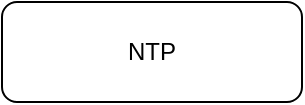
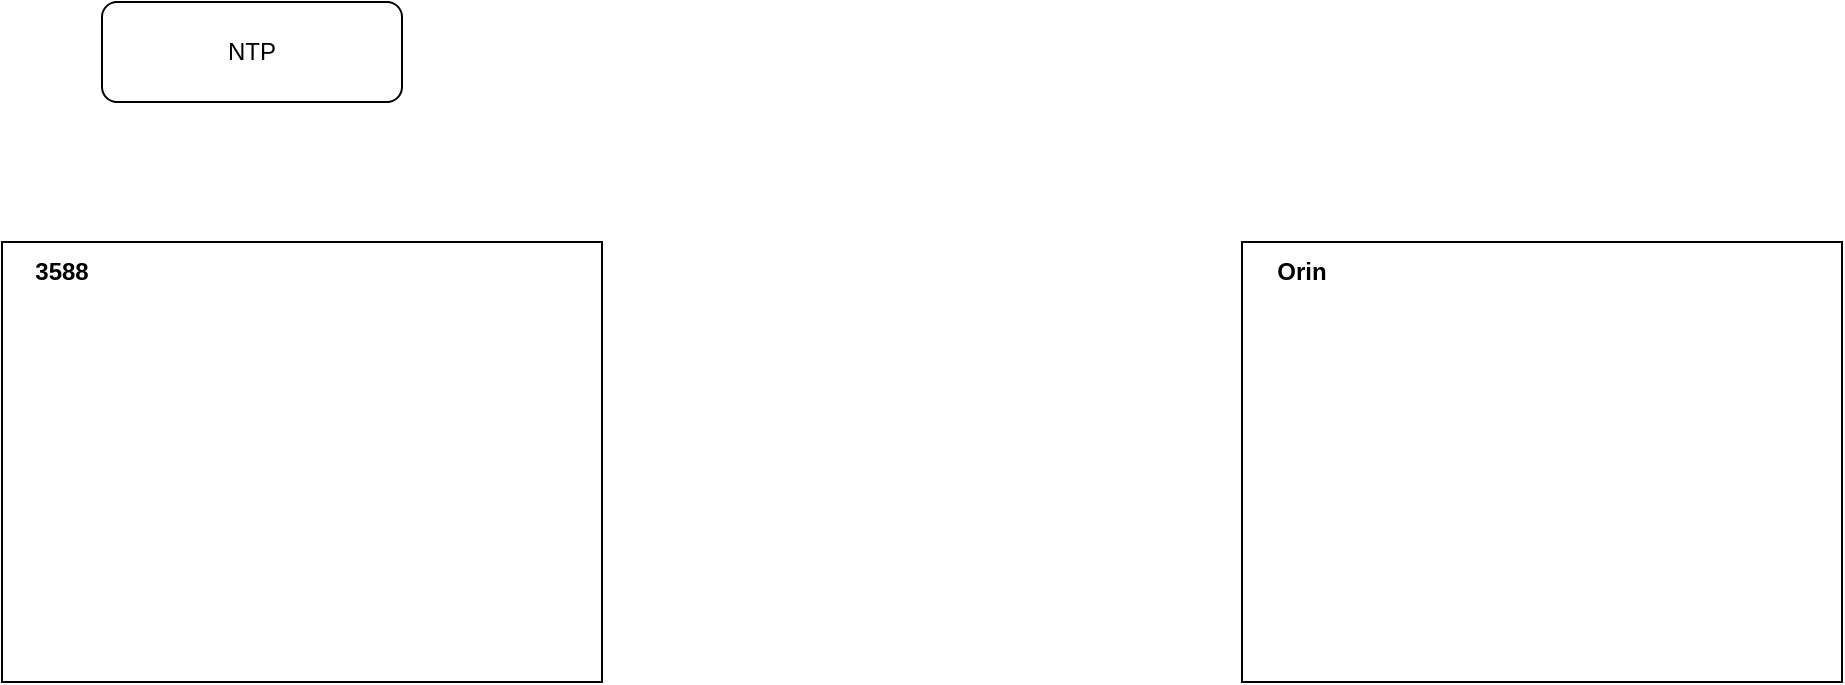
<mxfile host="app.diagrams.net" agent="Mozilla/5.0 (Windows NT 10.0; Win64; x64) AppleWebKit/537.36 (KHTML, like Gecko) Chrome/148.0.0.0 Safari/537.36" version="29.3.7">
  <diagram name="第 1 页" id="xi5zx8poPBdEaGlYp24N">
    <mxGraphModel dx="1130" dy="596" grid="1" gridSize="10" guides="1" tooltips="1" connect="1" arrows="1" fold="1" page="1" pageScale="1" pageWidth="827" pageHeight="1169" math="0" shadow="0">
      <root>
        <mxCell id="0" />
        <mxCell id="1" parent="0" />
        <mxCell id="473n1farRfXXC9yVkO81-1" parent="1" style="rounded=1;whiteSpace=wrap;html=1;" value="NTP" vertex="1">
          <mxGeometry height="50" width="150" x="110" y="210" as="geometry" />
        </mxCell>
+         <mxCell id="473n1farRfXXC9yVkO81-2" parent="1" style="rounded=0;whiteSpace=wrap;html=1;" value="" vertex="1">
+           <mxGeometry height="220" width="300" x="60" y="330" as="geometry" />
+         </mxCell>
+         <mxCell id="473n1farRfXXC9yVkO81-3" parent="1" style="text;html=1;whiteSpace=wrap;strokeColor=none;fillColor=none;align=center;verticalAlign=middle;rounded=0;fontStyle=1" value="3588" vertex="1">
+           <mxGeometry height="30" width="60" x="60" y="330" as="geometry" />
+         </mxCell>
+         <mxCell id="473n1farRfXXC9yVkO81-4" parent="1" style="rounded=0;whiteSpace=wrap;html=1;" value="" vertex="1">
+           <mxGeometry height="220" width="300" x="680" y="330" as="geometry" />
+         </mxCell>
+         <mxCell id="473n1farRfXXC9yVkO81-5" parent="1" style="text;html=1;whiteSpace=wrap;strokeColor=none;fillColor=none;align=center;verticalAlign=middle;rounded=0;fontStyle=1" value="Orin" vertex="1">
+           <mxGeometry height="30" width="60" x="680" y="330" as="geometry" />
+         </mxCell>
      </root>
    </mxGraphModel>
  </diagram>
</mxfile>
